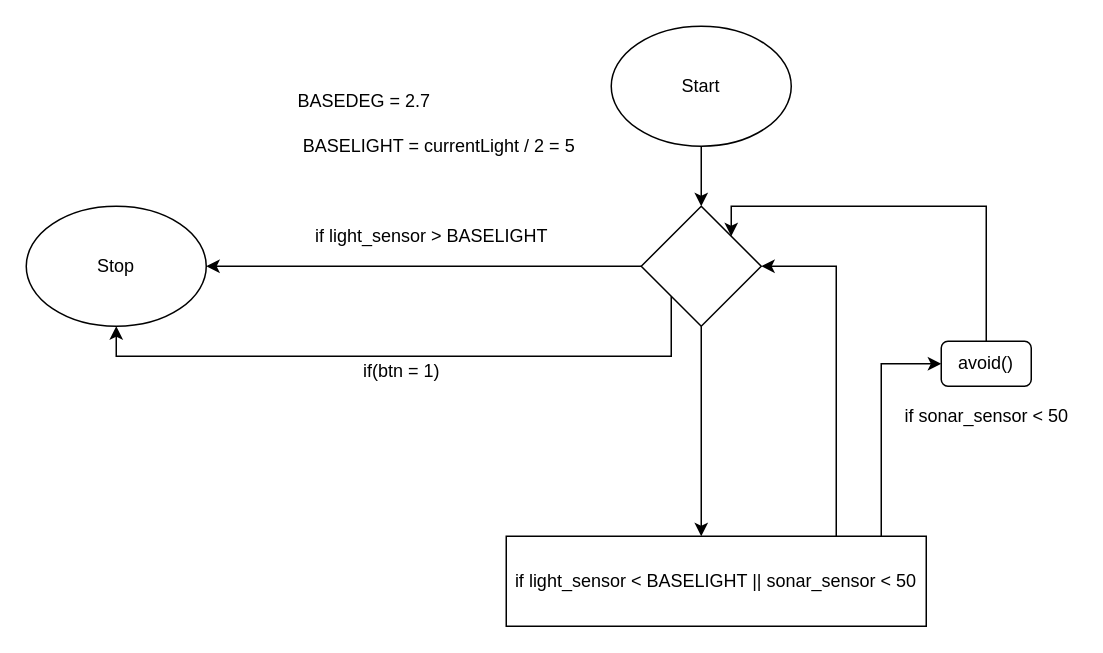
The draw.io diagram verkefni3/verkefni3.drawio in Davygod/ROBO2RG05AU-1, before the edit. Source tidied: cells renumbered, new cells numbered last; positions are measured from the earlier drawing's top-left corner, leaving out a move shared by most shapes. Both pictures are drawn from the tidied source at 150%, with x=0, y=0 at pixel (26, 26).
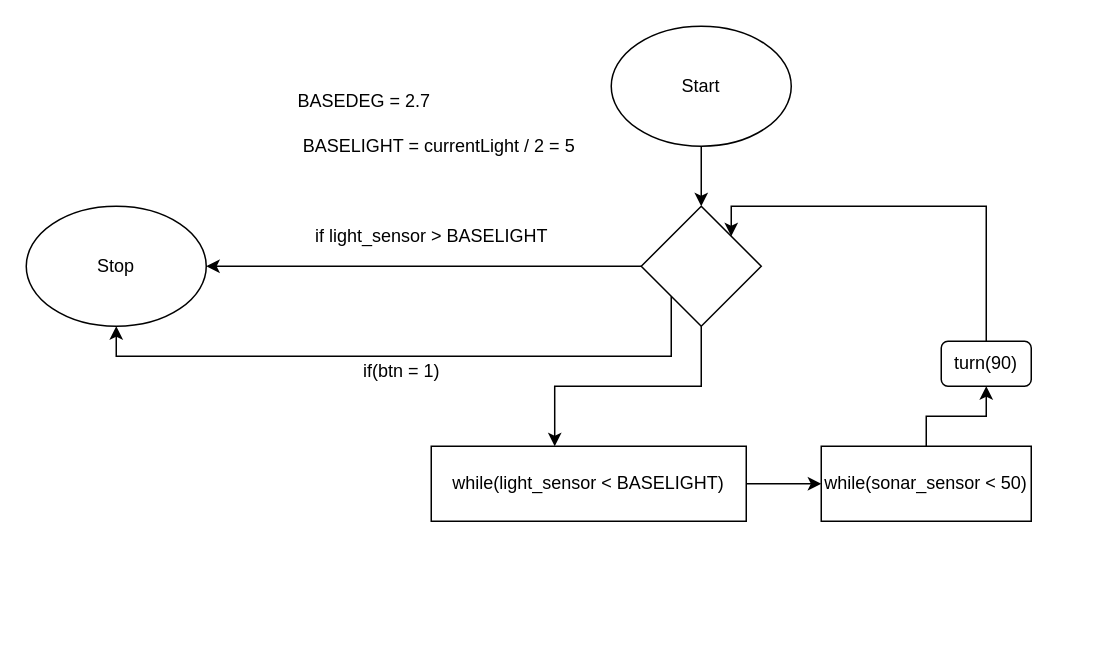
The same page after the edit.

The change refers to these unchanged cells:
```xml
<mxCell id="7" style="rhombus;whiteSpace=wrap;html=1;" parent="1" vertex="1">
  <mxGeometry x="410" y="120" width="80" height="80" as="geometry" />
</mxCell>
```

Change to the diagram source:
```diff
@@
-    <mxCell id="5" style="edgeStyle=orthogonalEdgeStyle;rounded=0;jettySize=auto;html=1;" parent="1" edge="1" source="7">
-      <mxGeometry relative="1" as="geometry">
-        <mxPoint x="450" y="340" as="targetPoint" />
-      </mxGeometry>
+    <mxCell id="5" style="edgeStyle=orthogonalEdgeStyle;rounded=0;jettySize=auto;html=1;entryX=0.392;entryY=0;entryDx=0;entryDy=0;entryPerimeter=0;" parent="1" edge="1" source="7" target="14">
+      <mxGeometry relative="1" as="geometry" />
     </mxCell>
@@
-    <mxCell id="8" style="edgeStyle=orthogonalEdgeStyle;rounded=0;jettySize=auto;html=1;entryX=1;entryY=0.5;entryDx=0;entryDy=0;exitX=1;exitY=0.5;exitDx=0;exitDy=0;" parent="1" edge="1" target="7">
-      <mxGeometry relative="1" as="geometry">
-        <mxPoint x="595" y="370" as="sourcePoint" />
-        <Array as="points">
-          <mxPoint x="540" y="370" />
-          <mxPoint x="540" y="160" />
-        </Array>
-      </mxGeometry>
-    </mxCell>
@@
-    <mxCell id="13" style="edgeStyle=orthogonalEdgeStyle;rounded=0;jettySize=auto;html=1;entryX=0;entryY=0.5;entryDx=0;entryDy=0;" parent="1" edge="1" source="14" target="17">
-      <mxGeometry relative="1" as="geometry">
-        <Array as="points">
-          <mxPoint x="570" y="225" />
-        </Array>
-      </mxGeometry>
-    </mxCell>
+    <mxCell id="19" style="edgeStyle=orthogonalEdgeStyle;rounded=0;jettySize=auto;html=1;" parent="1" edge="1" source="14" target="21">
+      <mxGeometry relative="1" as="geometry" />
+    </mxCell>
-    <mxCell id="14" value="if light_sensor &amp;lt; BASELIGHT || sonar_sensor &amp;lt; 50" style="whiteSpace=wrap;html=1;" parent="1" vertex="1">
-      <mxGeometry x="320" y="340" width="280" height="60" as="geometry" />
+    <mxCell id="14" value="while(light_sensor &amp;lt; BASELIGHT)" style="whiteSpace=wrap;html=1;" parent="1" vertex="1">
+      <mxGeometry x="270" y="280" width="210" height="50" as="geometry" />
     </mxCell>
-    <mxCell id="15" value="if sonar_sensor &amp;lt; 50" style="text;html=1;align=center;verticalAlign=middle;strokeColor=none;fillColor=none;" parent="1" vertex="1">
-      <mxGeometry x="580" y="250" width="120" height="20" as="geometry" />
-    </mxCell>
@@
-    <mxCell id="17" value="avoid()" style="rounded=1;whiteSpace=wrap;html=1;" parent="1" vertex="1">
+    <mxCell id="17" value="turn(90)" style="rounded=1;whiteSpace=wrap;html=1;" parent="1" vertex="1">
       <mxGeometry x="610" y="210" width="60" height="30" as="geometry" />
     </mxCell>
@@
+    <mxCell id="20" style="edgeStyle=orthogonalEdgeStyle;rounded=0;jettySize=auto;html=1;entryX=0.5;entryY=1;entryDx=0;entryDy=0;" parent="1" edge="1" source="21" target="17">
+      <mxGeometry relative="1" as="geometry" />
+    </mxCell>
+    <mxCell id="21" value="while(sonar_sensor &amp;lt; 50)" style="whiteSpace=wrap;html=1;" parent="1" vertex="1">
+      <mxGeometry x="530" y="280" width="140" height="50" as="geometry" />
+    </mxCell>
```
